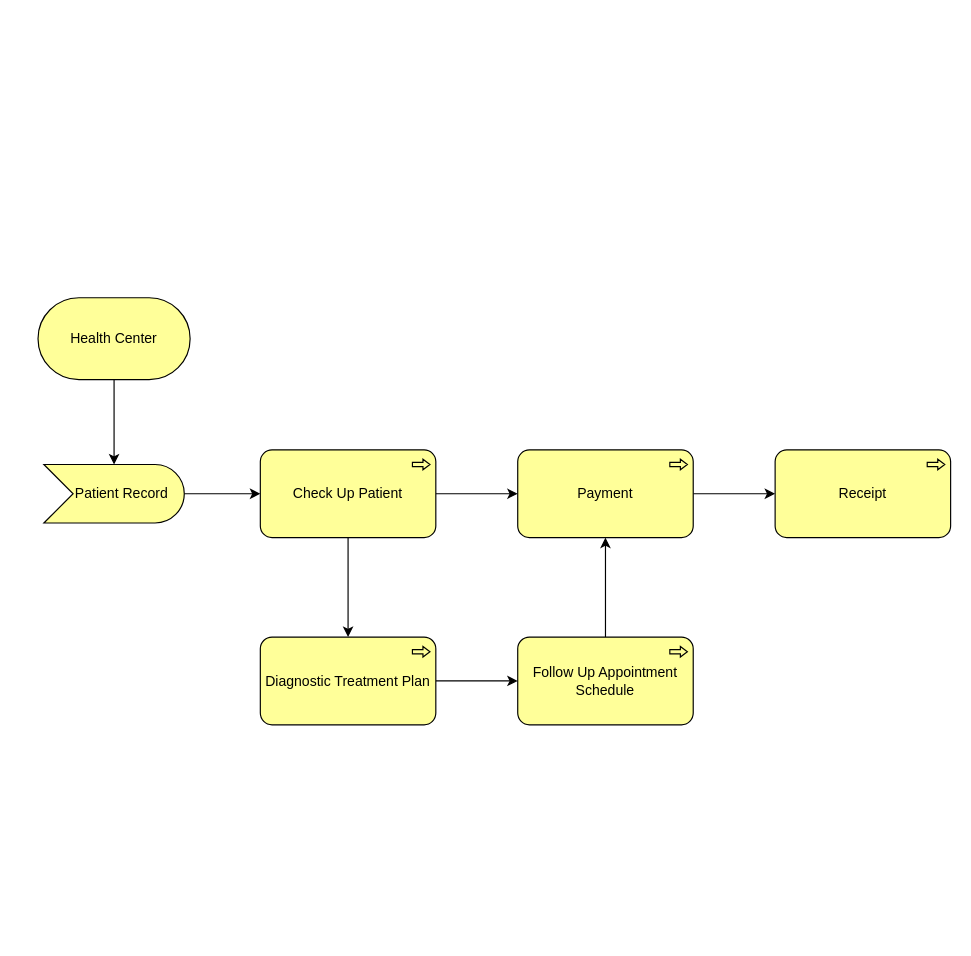
The draw.io diagram Patient Record.drawio in KevinCasoco/Archi-Model, before the edit. Source tidied: cells renumbered, new cells numbered last; positions are measured from the earlier drawing's top-left corner, leaving out a move shared by most shapes. Both pictures are drawn from the tidied source at 117%, with x=0, y=0 at pixel (37, 297).
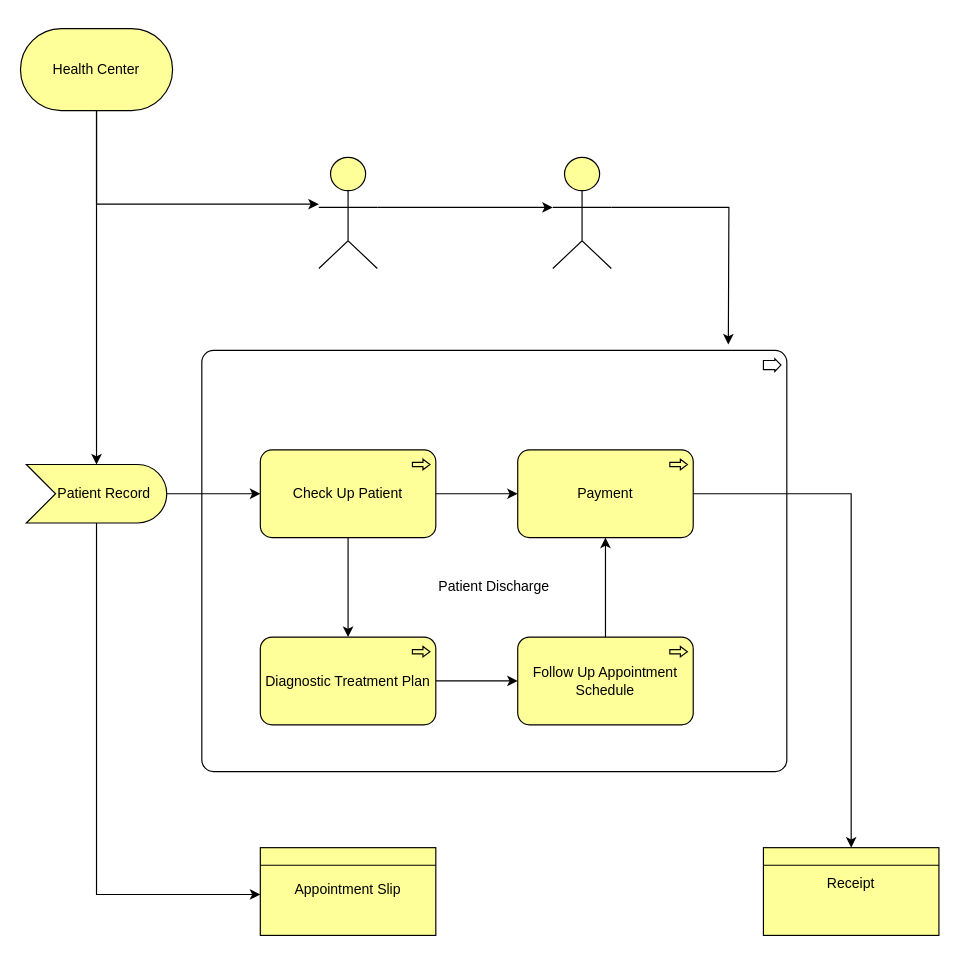
The same diagram, later.

Unchanged cells that the change refers to:
```xml
<mxCell id="14" value="Payment" style="html=1;outlineConnect=0;whiteSpace=wrap;fillColor=#ffff99;shape=mxgraph.archimate3.application;appType=proc;archiType=rounded;" parent="1" vertex="1">
  <mxGeometry x="410" y="130" width="150" height="75" as="geometry" />
</mxCell>
```

What changed in the source:
```diff
@@
+    <mxCell id="16" style="edgeStyle=orthogonalEdgeStyle;rounded=0;jettySize=auto;html=1;exitX=0.5;exitY=0;exitDx=0;exitDy=0;exitPerimeter=0;" parent="1" edge="1" source="3" target="20">
+      <mxGeometry relative="1" as="geometry">
+        <Array as="points">
+          <mxPoint x="50" y="-80" />
+        </Array>
+      </mxGeometry>
+    </mxCell>
     <mxCell id="3" value="Health Center" style="html=1;outlineConnect=0;whiteSpace=wrap;fillColor=#ffff99;shape=mxgraph.archimate3.service;" parent="1" vertex="1">
-      <mxGeometry width="130" height="70" as="geometry" />
+      <mxGeometry x="-15" y="-230" width="130" height="70" as="geometry" />
     </mxCell>
@@
+    <mxCell id="17" style="edgeStyle=orthogonalEdgeStyle;rounded=0;jettySize=auto;html=1;" parent="1" edge="1" source="5">
+      <mxGeometry relative="1" as="geometry">
+        <mxPoint x="190" y="510" as="targetPoint" />
+        <Array as="points">
+          <mxPoint x="50" y="510" />
+        </Array>
+      </mxGeometry>
+    </mxCell>
     <mxCell id="5" value="&amp;nbsp; &amp;nbsp; Patient Record" style="html=1;outlineConnect=0;whiteSpace=wrap;fillColor=#ffff99;shape=mxgraph.archimate3.event;" parent="1" vertex="1">
-      <mxGeometry x="5" y="142.5" width="120" height="50" as="geometry" />
+      <mxGeometry x="-10" y="142.5" width="120" height="50" as="geometry" />
     </mxCell>
@@
-    <mxCell id="13" style="edgeStyle=orthogonalEdgeStyle;rounded=0;jettySize=auto;html=1;" parent="1" edge="1" source="14" target="15">
+    <mxCell id="13" style="edgeStyle=orthogonalEdgeStyle;rounded=0;jettySize=auto;html=1;entryX=0.5;entryY=0;entryDx=0;entryDy=0;entryPerimeter=0;" parent="1" edge="1" source="14" target="15">
       <mxGeometry relative="1" as="geometry" />
     </mxCell>
@@
-    <mxCell id="15" value="Receipt" style="html=1;outlineConnect=0;whiteSpace=wrap;fillColor=#ffff99;shape=mxgraph.archimate3.application;appType=proc;archiType=rounded;" parent="1" vertex="1">
-      <mxGeometry x="630" y="130" width="150" height="75" as="geometry" />
+    <mxCell id="15" value="&lt;table cellpadding=&quot;0&quot; cellspacing=&quot;0&quot; style=&quot;font-size:1em;width:100%;height:100%;&quot;&gt;&lt;tbody&gt;&lt;tr style=&quot;height:20px;&quot;&gt;&lt;td align=&quot;center&quot;&gt;&lt;/td&gt;&lt;/tr&gt;&lt;tr&gt;&lt;td valign=&quot;top&quot; style=&quot;padding:4px;&quot;&gt;Receipt&lt;br&gt;&lt;/td&gt;&lt;/tr&gt;&lt;/tbody&gt;&lt;/table&gt;" style="html=1;outlineConnect=0;whiteSpace=wrap;fillColor=#ffff99;shape=mxgraph.archimate3.businessObject;overflow=fill;" parent="1" vertex="1">
+      <mxGeometry x="620" y="470" width="150" height="75" as="geometry" />
     </mxCell>
+    <mxCell id="18" value="&lt;br&gt;&lt;br&gt;&lt;br&gt;Patient Discharge" style="html=1;whiteSpace=wrap;fillColor=none;shape=mxgraph.archimate.business;busType=process;" parent="1" vertex="1">
+      <mxGeometry x="140" y="45" width="500" height="360" as="geometry" />
+    </mxCell>
+    <mxCell id="19" style="edgeStyle=orthogonalEdgeStyle;rounded=0;jettySize=auto;html=1;exitX=1;exitY=0.45;exitDx=0;exitDy=0;exitPerimeter=0;entryX=0;entryY=0.45;entryDx=0;entryDy=0;entryPerimeter=0;" parent="1" edge="1" source="20" target="22">
+      <mxGeometry relative="1" as="geometry" />
+    </mxCell>
+    <mxCell id="20" style="html=1;outlineConnect=0;whiteSpace=wrap;fillColor=#ffff99;verticalLabelPosition=bottom;verticalAlign=top;align=center;shape=mxgraph.archimate3.actor;" parent="1" vertex="1">
+      <mxGeometry x="240" y="-120" width="50" height="95" as="geometry" />
+    </mxCell>
+    <mxCell id="21" style="edgeStyle=orthogonalEdgeStyle;rounded=0;jettySize=auto;html=1;exitX=1;exitY=0.45;exitDx=0;exitDy=0;exitPerimeter=0;" parent="1" edge="1" source="22">
+      <mxGeometry relative="1" as="geometry">
+        <mxPoint x="590" y="40" as="targetPoint" />
+      </mxGeometry>
+    </mxCell>
+    <mxCell id="22" style="html=1;outlineConnect=0;whiteSpace=wrap;fillColor=#ffff99;verticalLabelPosition=bottom;verticalAlign=top;align=center;shape=mxgraph.archimate3.actor;" parent="1" vertex="1">
+      <mxGeometry x="440" y="-120" width="50" height="95" as="geometry" />
+    </mxCell>
+    <mxCell id="23" value="&lt;br&gt;&lt;br&gt;Appointment Slip" style="html=1;whiteSpace=wrap;fillColor=#ffff99;shape=mxgraph.archimate3.businessObject;overflow=fill;" parent="1" vertex="1">
+      <mxGeometry x="190" y="470" width="150" height="75" as="geometry" />
+    </mxCell>
```
